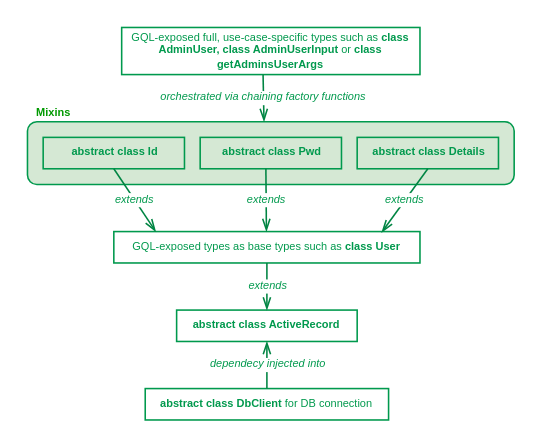
Earlier version of the draw.io diagram Untitled Diagram.drawio (desmap/popmotion). Source tidied: cells renumbered, new cells numbered last; positions are measured from the earlier drawing's top-left corner, leaving out a move shared by most shapes. Both pictures are drawn from the tidied source at 157%, with x=0, y=0 at pixel (27, 27).
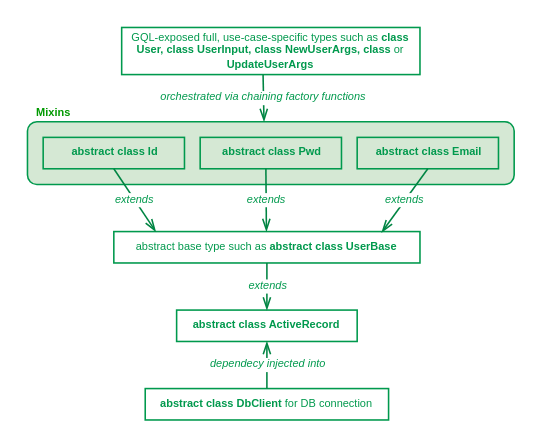
After the change.

The edit, as a diff of the source:
```diff
@@
 <mxGraphModel>
   <root>
     <mxCell id="0" />
     <mxCell id="1" parent="0" />
     <mxCell id="2" style="rounded=1;whiteSpace=wrap;html=1;strokeColor=#00994D;fillColor=#d5e8d4;fontSize=8;align=right;" parent="1" vertex="1">
       <mxGeometry y="60" width="310" height="40" as="geometry" />
     </mxCell>
     <mxCell id="3" value="&lt;b style=&quot;font-size: 7px;&quot;&gt;abstract class DbClient&lt;/b&gt;&amp;nbsp;for DB connection" style="rounded=0;whiteSpace=wrap;html=1;strokeColor=#00994D;fillColor=none;fontColor=#00994D;fontSize=7;" parent="1" vertex="1">
       <mxGeometry x="75" y="230" width="155" height="20" as="geometry" />
     </mxCell>
     <mxCell id="4" value="&lt;b style=&quot;font-size: 7px;&quot;&gt;abstract class ActiveRecord&lt;/b&gt;" style="rounded=0;whiteSpace=wrap;html=1;strokeColor=#00994D;fillColor=none;fontColor=#00994D;fontSize=7;" parent="1" vertex="1">
       <mxGeometry x="95" y="180" width="115" height="20" as="geometry" />
     </mxCell>
     <mxCell id="5" value="dependecy injected into" style="endArrow=openThin;html=1;fontColor=#00994D;exitX=0.5;exitY=0;exitDx=0;exitDy=0;entryX=0.5;entryY=1;entryDx=0;entryDy=0;fontSize=7;strokeColor=#008543;fontStyle=2;endFill=0;" parent="1" edge="1" source="3" target="4">
       <mxGeometry relative="1" as="geometry" />
     </mxCell>
-    <mxCell id="6" value="GQL-exposed types as base types such as &lt;b style=&quot;font-size: 7px;&quot;&gt;class User&lt;/b&gt;" style="rounded=0;whiteSpace=wrap;html=1;strokeColor=#00994D;fillColor=none;fontColor=#00994D;fontSize=7;" parent="1" vertex="1">
+    <mxCell id="6" value="abstract base type such as &lt;b&gt;abstract&amp;nbsp;&lt;/b&gt;&lt;b style=&quot;font-size: 7px&quot;&gt;class UserBase&lt;/b&gt;" style="rounded=0;whiteSpace=wrap;html=1;strokeColor=#00994D;fillColor=none;fontColor=#00994D;fontSize=7;" parent="1" vertex="1">
       <mxGeometry x="55" y="130" width="195" height="20" as="geometry" />
     </mxCell>
     <mxCell id="7" value="extends" style="endArrow=openThin;html=1;fontColor=#00994D;exitX=0.5;exitY=1;exitDx=0;exitDy=0;entryX=0.5;entryY=0;entryDx=0;entryDy=0;fontSize=7;strokeColor=#008543;fontStyle=2;endFill=0;" parent="1" edge="1" source="6" target="4">
       <mxGeometry relative="1" as="geometry" />
     </mxCell>
     <mxCell id="8" value="&amp;nbsp;abstract class Id" style="rounded=0;whiteSpace=wrap;html=1;strokeColor=#00994D;fillColor=none;fontColor=#00994D;fontSize=7;fontStyle=1;" parent="1" vertex="1">
       <mxGeometry x="10" y="70" width="90" height="20" as="geometry" />
     </mxCell>
     <mxCell id="9" value="&amp;nbsp;abstract class Pwd" style="rounded=0;whiteSpace=wrap;html=1;strokeColor=#00994D;fillColor=none;fontColor=#00994D;fontSize=7;fontStyle=1;" parent="1" vertex="1">
       <mxGeometry x="110" y="70" width="90" height="20" as="geometry" />
     </mxCell>
-    <mxCell id="10" value="&amp;nbsp;abstract class Details" style="rounded=0;whiteSpace=wrap;html=1;strokeColor=#00994D;fillColor=none;fontColor=#00994D;fontSize=7;fontStyle=1;" parent="1" vertex="1">
+    <mxCell id="10" value="&amp;nbsp;abstract class Email" style="rounded=0;whiteSpace=wrap;html=1;strokeColor=#00994D;fillColor=none;fontColor=#00994D;fontSize=7;fontStyle=1;" parent="1" vertex="1">
       <mxGeometry x="210" y="70" width="90" height="20" as="geometry" />
     </mxCell>
     <mxCell id="11" value="extends" style="endArrow=openThin;html=1;fontSize=7;fontColor=#00994D;exitX=0.5;exitY=1;exitDx=0;exitDy=0;entryX=0.137;entryY=0;entryDx=0;entryDy=0;entryPerimeter=0;strokeColor=#008543;fontStyle=2;endFill=0;" parent="1" edge="1" source="8" target="6">
       <mxGeometry relative="1" as="geometry" />
     </mxCell>
     <mxCell id="12" value="extends" style="endArrow=openThin;html=1;fontSize=7;fontColor=#00994D;exitX=0.465;exitY=1.001;exitDx=0;exitDy=0;exitPerimeter=0;entryX=0.137;entryY=0;entryDx=0;entryDy=0;entryPerimeter=0;strokeColor=#008543;fontStyle=2;endFill=0;" parent="1" edge="1" source="9">
       <mxGeometry relative="1" as="geometry">
         <mxPoint x="152.2" y="130" as="targetPoint" />
       </mxGeometry>
     </mxCell>
     <mxCell id="13" value="extends" style="endArrow=openThin;html=1;fontSize=7;fontColor=#00994D;exitX=0.5;exitY=1;exitDx=0;exitDy=0;entryX=0.875;entryY=0.026;entryDx=0;entryDy=0;entryPerimeter=0;strokeColor=#008543;fontStyle=2;endFill=0;" parent="1" edge="1" source="10" target="6">
       <mxGeometry relative="1" as="geometry" />
     </mxCell>
-    <mxCell id="14" value="GQL-exposed full, use-case-specific types such as &lt;b style=&quot;font-size: 7px;&quot;&gt;class AdminUser, class AdminUserInput &lt;/b&gt;or &lt;b style=&quot;font-size: 7px;&quot;&gt;class getAdminsUserArgs&lt;/b&gt;" style="rounded=0;whiteSpace=wrap;html=1;strokeColor=#00994D;fillColor=none;fontColor=#00994D;fontSize=7;" parent="1" vertex="1">
+    <mxCell id="14" value="GQL-exposed full, use-case-specific types such as &lt;b style=&quot;font-size: 7px&quot;&gt;class User, class UserInput, class NewUser&lt;/b&gt;&lt;b style=&quot;font-size: 7px&quot;&gt;Args, class &lt;/b&gt;&lt;span style=&quot;font-size: 7px&quot;&gt;or&lt;/span&gt;&lt;b style=&quot;font-size: 7px&quot;&gt; UpdateUserArgs&lt;/b&gt;" style="rounded=0;whiteSpace=wrap;html=1;strokeColor=#00994D;fillColor=none;fontColor=#00994D;fontSize=7;" parent="1" vertex="1">
       <mxGeometry x="60" width="190" height="30" as="geometry" />
     </mxCell>
     <mxCell id="15" value="orchestrated via chaining factory functions" style="endArrow=openThin;html=1;fontSize=7;fontColor=#00994D;exitX=0.474;exitY=1.003;exitDx=0;exitDy=0;entryX=0.486;entryY=-0.003;entryDx=0;entryDy=0;entryPerimeter=0;strokeColor=#008543;fontStyle=2;exitPerimeter=0;endFill=0;" parent="1" edge="1" source="14" target="2">
       <mxGeometry relative="1" as="geometry" />
     </mxCell>
     <mxCell id="16" value="Mixins" style="text;html=1;strokeColor=none;fillColor=none;align=left;verticalAlign=middle;whiteSpace=wrap;rounded=0;fontSize=7;fontColor=#009900;fontStyle=1;" parent="1" vertex="1">
       <mxGeometry x="4" y="45" width="40" height="20" as="geometry" />
     </mxCell>
   </root>
 </mxGraphModel>
```
